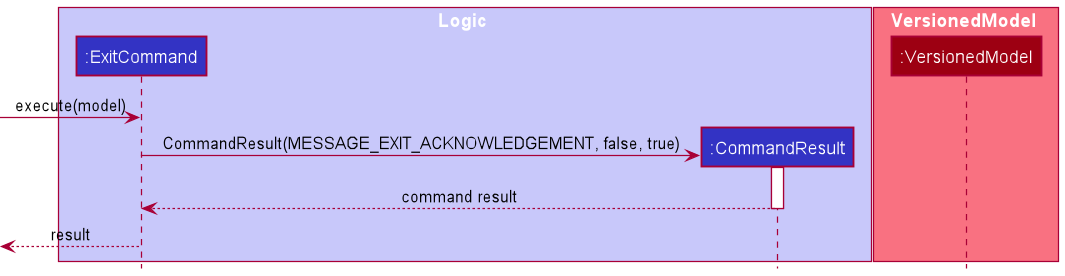
Earlier version of the PlantUML export docs/images/dg/logic/commands/exitcommand/ExitCommandSequenceDiagram.png (nus-cs2103-AY2122S1/tp). Its source is kept beside it as docs/diagrams/logic/commands/exitcommand/ExitCommandSequenceDiagram.puml.
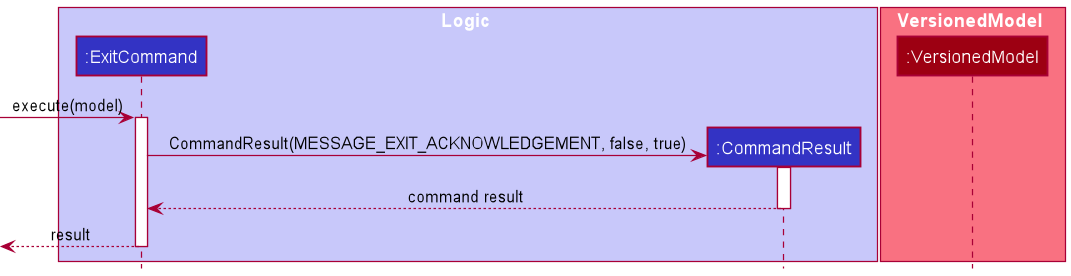
The same diagram one commit later.

Diff of the diagram source:
```diff
@@ -13,11 +13,12 @@
 -> exitCommand: execute(model)
 
 create commandResult
+activate exitCommand
 exitCommand -> commandResult:  CommandResult(MESSAGE_EXIT_ACKNOWLEDGEMENT, false, true)
 activate commandResult
 commandResult --> exitCommand: command result
 deactivate commandResult
 
 <-- exitCommand: result
-
+deactivate exitCommand
 @enduml
```
